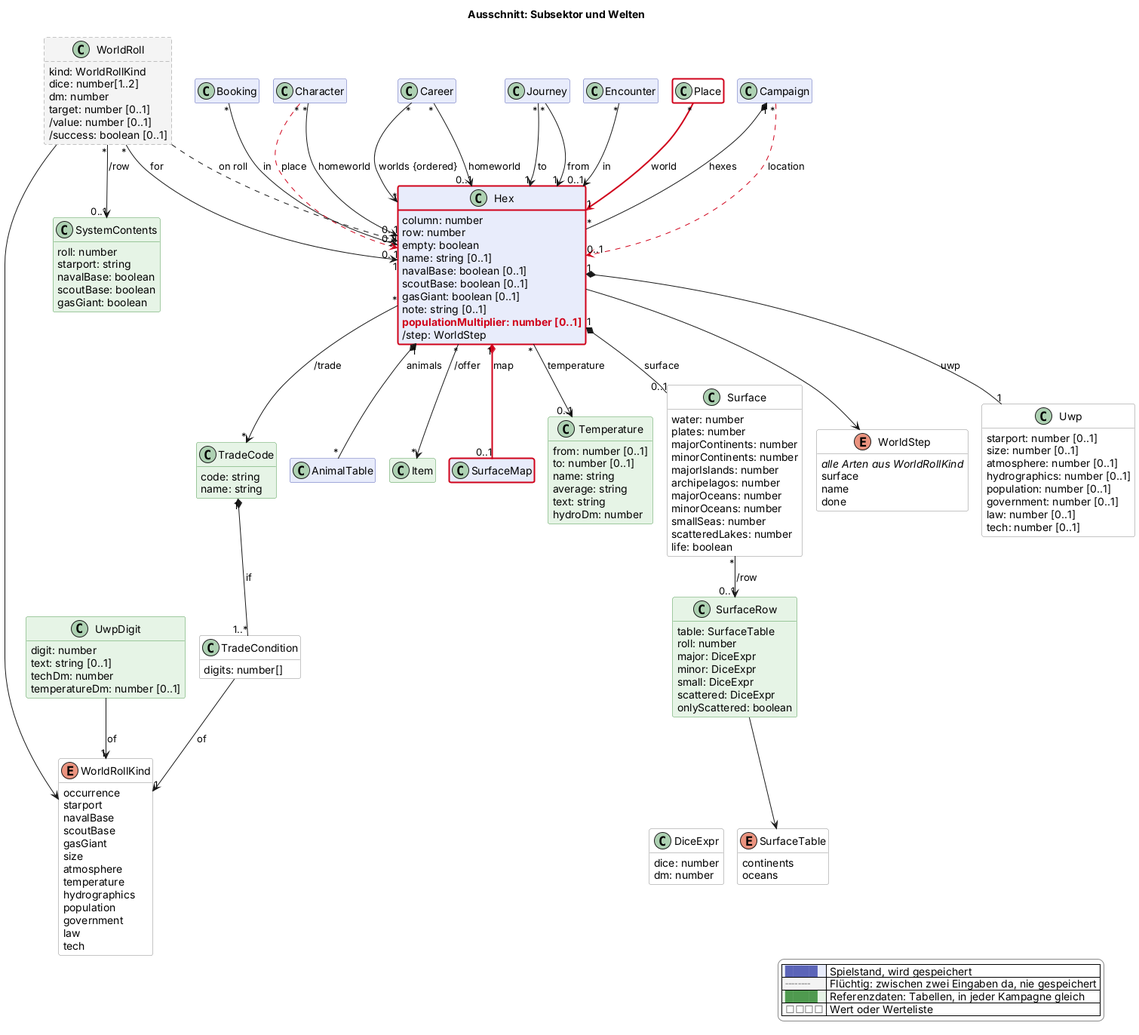
Earlier version of the PlantUML export docs/views/sektor.png (scuzzar/SRE). Its diagram source:
```plantuml
@startuml
!if %not(%variable_exists("$change"))
!$change = "*"
!endif
!function $marked($c)
!return $change == "*" || $change == $c
!endfunction
!function $new($c, $t)
!if $marked($c)
!return "<color:#d0021b><b>" + $t + "</b></color>"
!endif
!return $t
!endfunction
!procedure $gone($c, $t)
!if $marked($c)
<color:#d0021b><s>$t</s></color>
!endif
!endprocedure
!function $newClass($c)
!if $marked($c)
!return "#line:d0021b;line.bold"
!endif
!return ""
!endfunction
!function $newArrow($c)
!if $marked($c)
!return "[#d0021b,bold]"
!endif
!return ""
!endfunction
!function $goneArrow($c)
!if $marked($c)
!return "[#d0021b,dashed]"
!endif
!return ""
!endfunction
!pragma layout smetana
title Ausschnitt: Subsektor und Welten
hide empty members
hide methods
skinparam classAttributeIconSize 0
skinparam shadowing false
skinparam packageStyle rectangle
skinparam class {
  BackgroundColor #e8ecfb
  BorderColor #5b64b8
  BackgroundColor<<transient>> #f4f4f4
  BorderColor<<transient>> #8a8a8a
  BackgroundColor<<reference>> #e6f4e6
  BorderColor<<reference>> #4f9a4f
  BackgroundColor<<value>> #ffffff
  BorderColor<<value>> #8a8a8a
}
skinparam legendBackgroundColor #ffffff
skinparam legendBorderColor #8a8a8a
<style>
classDiagram {
  class {
    .transient {
      LineStyle 5-3
    }
  }
}
</style>
hide <<transient>> stereotype
hide <<reference>> stereotype
hide <<value>> stereotype

  class Campaign $kampagne
  class Booking $shop
  class Character $charakter

  class Career $erschaffung

  class Hex $sektor {
    column: number
    row: number
    empty: boolean
    name: string [0..1]
    navalBase: boolean [0..1]
    scoutBase: boolean [0..1]
    gasGiant: boolean [0..1]
    note: string [0..1]
    $new("2026-11-14g", "populationMultiplier: number [0..1]")
    /step: WorldStep
  }
  class Uwp <<value>> $sektor {
    starport: number [0..1]
    size: number [0..1]
    atmosphere: number [0..1]
    hydrographics: number [0..1]
    population: number [0..1]
    government: number [0..1]
    law: number [0..1]
    tech: number [0..1]
  }
  class WorldRoll <<transient>> $sektor {
    kind: WorldRollKind
    dice: number[1..2]
    dm: number
    target: number [0..1]
    /value: number [0..1]
    /success: boolean [0..1]
  }


  class Journey $reise

  class Encounter $begegnung
  class AnimalTable $begegnung

  class Item <<reference>> $shop
  class SystemContents <<reference>> $sektor {
    roll: number
    starport: string
    navalBase: boolean
    scoutBase: boolean
    gasGiant: boolean
  }
  class UwpDigit <<reference>> $sektor {
    digit: number
    text: string [0..1]
    techDm: number
    temperatureDm: number [0..1]
  }
  class Surface <<value>> $sektor {
    water: number
    plates: number
    majorContinents: number
    minorContinents: number
    majorIslands: number
    archipelagos: number
    majorOceans: number
    minorOceans: number
    smallSeas: number
    scatteredLakes: number
    life: boolean
  }
  class SurfaceMap $oberflaeche $newClass("2026-11-14g")
  class Place <<value>> $oberflaeche $newClass("2026-11-14h")
  class SurfaceRow <<reference>> $sektor {
    table: SurfaceTable
    roll: number
    major: DiceExpr
    minor: DiceExpr
    small: DiceExpr
    scattered: DiceExpr
    onlyScattered: boolean
  }
  enum SurfaceTable <<value>> $sektor {
    continents
    oceans
  }
  class DiceExpr <<value>> $sektor {
    dice: number
    dm: number
  }
  class Temperature <<reference>> $sektor {
    from: number [0..1]
    to: number [0..1]
    name: string
    average: string
    text: string
    hydroDm: number
  }
  class TradeCode <<reference>> $sektor {
    code: string
    name: string
  }
  class TradeCondition <<value>> $sektor {
    digits: number[]
  }
  enum WorldRollKind <<value>> $sektor {
    occurrence
    starport
    navalBase
    scoutBase
    gasGiant
    size
    atmosphere
    temperature
    hydrographics
    population
    government
    law
    tech
  }
  enum WorldStep <<value>> $sektor {
    <i>alle Arten aus WorldRollKind</i>
    surface
    name
    done
  }

Campaign "*" -$goneArrow("2026-11-14h")-> "0..1" Hex : location
Booking "*" --> "0..1" Hex : in

Journey "*" --> "1" Hex : from
Journey "*" --> "1" Hex : to

Career "*" --> "0..1" Hex : homeworld
Career "*" --> "*" Hex : worlds {ordered}
Character "*" --> "0..1" Hex : homeworld
Character "*" -$goneArrow("2026-11-14h")-> "0..1" Hex : place


Campaign "1" *-- "*" Hex : hexes
Hex "1" *-- "1" Uwp : uwp
Hex --> WorldStep
WorldRoll "*" --> "1" Hex : for
WorldRoll ..> Hex : on roll
Hex "*" --> "*" TradeCode : /trade
Hex "*" --> "0..1" Temperature : temperature
Hex "1" *-- "0..1" Surface : surface
Surface "*" --> "0..1" SurfaceRow : /row
Hex "1" *-$newArrow("2026-11-14g")- "0..1" SurfaceMap : map
Place "*" -$newArrow("2026-11-14h")-> "1" Hex : world
SurfaceRow --> SurfaceTable
SurfaceRow -[hidden]- DiceExpr
WorldRoll --> WorldRollKind
WorldRoll "*" --> "0..1" SystemContents : /row
UwpDigit --> "1" WorldRollKind : of
TradeCode "1" *-- "1..*" TradeCondition : if
TradeCondition --> "1" WorldRollKind : of


Hex "*" --> "*" Item : /offer




Hex "1" *-- "*" AnimalTable : animals
Encounter "*" --> "0..1" Hex : in



legend right
  |<#e8ecfb> <color:#5b64b8>████</color> | Spielstand, wird gespeichert |
  |<#f4f4f4> <color:#8a8a8a>╌╌╌╌</color> | Flüchtig: zwischen zwei Eingaben da, nie gespeichert |
  |<#e6f4e6> <color:#4f9a4f>████</color> | Referenzdaten: Tabellen, in jeder Kampagne gleich |
  |<#ffffff> <color:#8a8a8a>□□□□</color> | Wert oder Werteliste |
endlegend
class Hex #line:d0021b;line.bold
@enduml
```
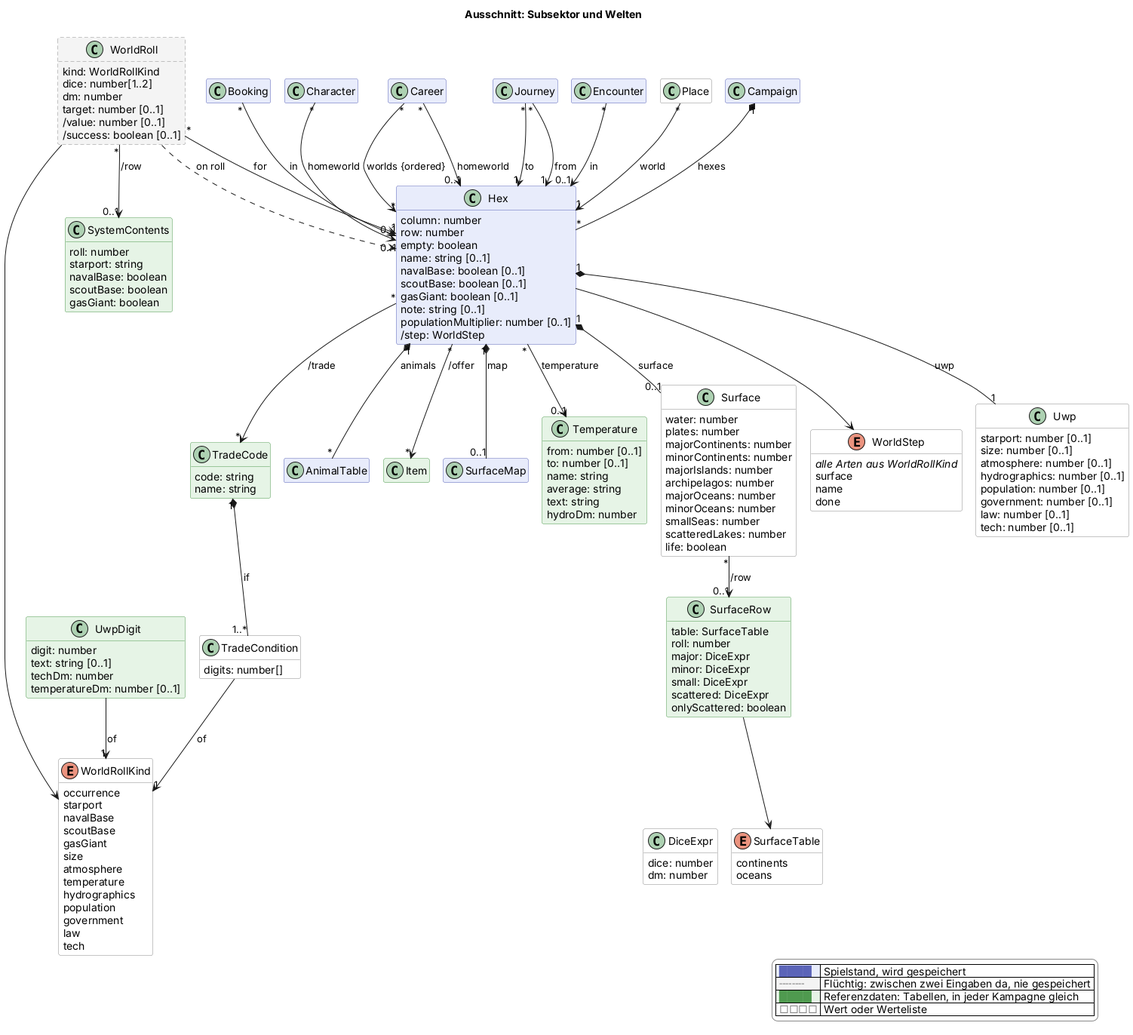
The same file after the commit.

What changed in the source:
```diff
@@ -81,7 +81,7 @@
     scoutBase: boolean [0..1]
     gasGiant: boolean [0..1]
     note: string [0..1]
-    $new("2026-11-14g", "populationMultiplier: number [0..1]")
+    populationMultiplier: number [0..1]
     /step: WorldStep
   }
   class Uwp <<value>> $sektor {
@@ -136,8 +136,8 @@
     scatteredLakes: number
     life: boolean
   }
-  class SurfaceMap $oberflaeche $newClass("2026-11-14g")
-  class Place <<value>> $oberflaeche $newClass("2026-11-14h")
+  class SurfaceMap $oberflaeche
+  class Place <<value>> $oberflaeche
   class SurfaceRow <<reference>> $sektor {
     table: SurfaceTable
     roll: number
@@ -192,7 +192,6 @@
     done
   }
 
-Campaign "*" -$goneArrow("2026-11-14h")-> "0..1" Hex : location
 Booking "*" --> "0..1" Hex : in
 
 Journey "*" --> "1" Hex : from
@@ -201,7 +200,6 @@
 Career "*" --> "0..1" Hex : homeworld
 Career "*" --> "*" Hex : worlds {ordered}
 Character "*" --> "0..1" Hex : homeworld
-Character "*" -$goneArrow("2026-11-14h")-> "0..1" Hex : place
 
 
 Campaign "1" *-- "*" Hex : hexes
@@ -213,8 +211,8 @@
 Hex "*" --> "0..1" Temperature : temperature
 Hex "1" *-- "0..1" Surface : surface
 Surface "*" --> "0..1" SurfaceRow : /row
-Hex "1" *-$newArrow("2026-11-14g")- "0..1" SurfaceMap : map
-Place "*" -$newArrow("2026-11-14h")-> "1" Hex : world
+Hex "1" *-- "0..1" SurfaceMap : map
+Place "*" --> "1" Hex : world
 SurfaceRow --> SurfaceTable
 SurfaceRow -[hidden]- DiceExpr
 WorldRoll --> WorldRollKind
@@ -240,5 +238,4 @@
   |<#e6f4e6> <color:#4f9a4f>████</color> | Referenzdaten: Tabellen, in jeder Kampagne gleich |
   |<#ffffff> <color:#8a8a8a>□□□□</color> | Wert oder Werteliste |
 endlegend
-class Hex #line:d0021b;line.bold
 @enduml
```
